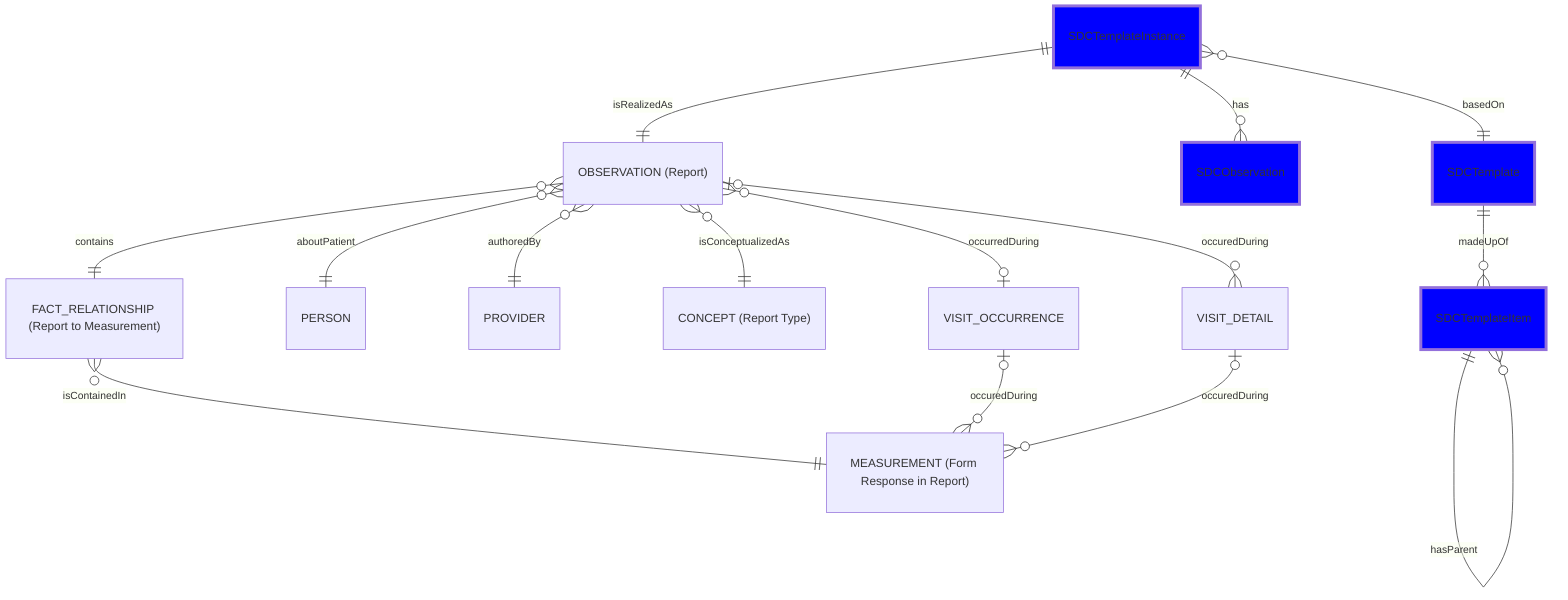
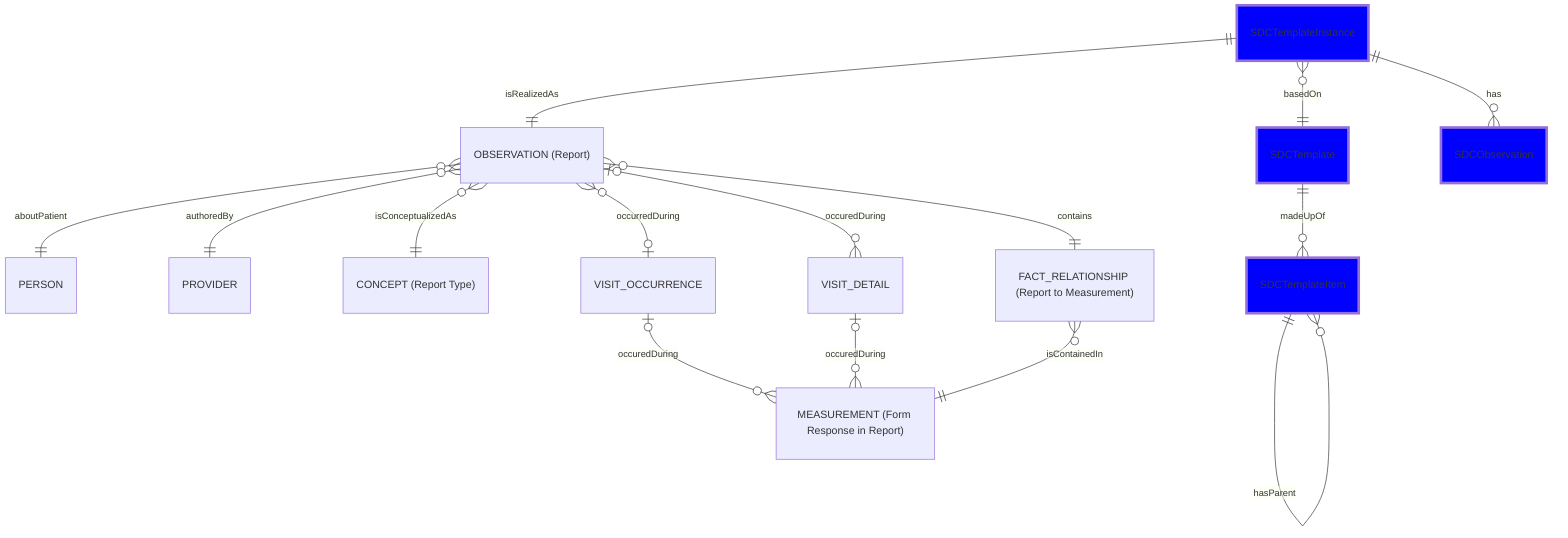
erDiagram

classDef SDC fill:blue,stroke:#grey,stroke-width:4px

+ 
+ OBSERVATION ["OBSERVATION (Report)"]
+ %% OBSERVATION_OTHER ["OBSERVATION (Form Response in Report)"]
+ PERSON
+ PROVIDER
+ CONCEPT ["CONCEPT (Report Type)"]
+ FACT_RELATIONSHIP_MEAS ["FACT_RELATIONSHIP (Report to Measurement)"]
+ VISIT_DETAIL
+ MEASUREMENT ["MEASUREMENT (Form Response in Report)"]
+ %% FACT_RELATIONSHIP_OBS ["FACT_RELATIONSHIP (Report to Observation)"]
+ VISIT_OCCURRENCE
+ SDCTemplateInstance
SDCTemplate:::SDC
SDCTemplateItem:::SDC
SDCTemplateInstance:::SDC
SDCObservation:::SDC

SDCTemplate ||--o{ SDCTemplateItem : madeUpOf
SDCTemplateInstance }o--|| SDCTemplate : basedOn
SDCTemplateItem ||--o{ SDCTemplateItem : hasParent
SDCTemplateInstance ||--o{ SDCObservation : has

- OBSERVATION ["OBSERVATION (Report)"]
- %% OBSERVATION_OTHER ["OBSERVATION (Form Response in Report)"]
- MEASUREMENT ["MEASUREMENT (Form Response in Report)"]
- PERSON
- PROVIDER
- CONCEPT ["CONCEPT (Report Type)"]
- %% FACT_RELATIONSHIP_OBS ["FACT_RELATIONSHIP (Report to Observation)"]
- FACT_RELATIONSHIP_MEAS ["FACT_RELATIONSHIP (Report to Measurement)"]
- VISIT_OCCURRENCE
- VISIT_DETAIL
- SDCTemplateInstance
- 
+ OBSERVATION }o--|| FACT_RELATIONSHIP_MEAS : "contains"
OBSERVATION }o--|| PERSON : aboutPatient
OBSERVATION }o--|| PROVIDER : authoredBy
OBSERVATION }o--o| VISIT_OCCURRENCE : occurredDuring
+ VISIT_OCCURRENCE |o--o{  MEASUREMENT : occuredDuring
+ VISIT_DETAIL |o--o{  MEASUREMENT : occuredDuring
+ FACT_RELATIONSHIP_MEAS }o--|| MEASUREMENT : "isContainedIn"
%% OBSERVATION_OTHER }o--o| VISIT_OCCURRENCE : occurredDuring
%% OBSERVATION_OTHER |o--o{  VISIT_DETAIL : occuredDuring
OBSERVATION|o--o{  VISIT_DETAIL : occuredDuring
- FACT_RELATIONSHIP_MEAS }o--|| MEASUREMENT : "isContainedIn"
%% FACT_RELATIONSHIP_OBS }o--|| OBSERVATION_OTHER : "isContainedIn"
- VISIT_OCCURRENCE |o--o{  MEASUREMENT : occuredDuring
- VISIT_DETAIL |o--o{  MEASUREMENT : occuredDuring
OBSERVATION }o--|| CONCEPT : "isConceptualizedAs"
%% OBSERVATION }o--|| FACT_RELATIONSHIP_OBS : "contains"
- OBSERVATION }o--|| FACT_RELATIONSHIP_MEAS : "contains"
SDCTemplateInstance ||--|| OBSERVATION : "isRealizedAs"

